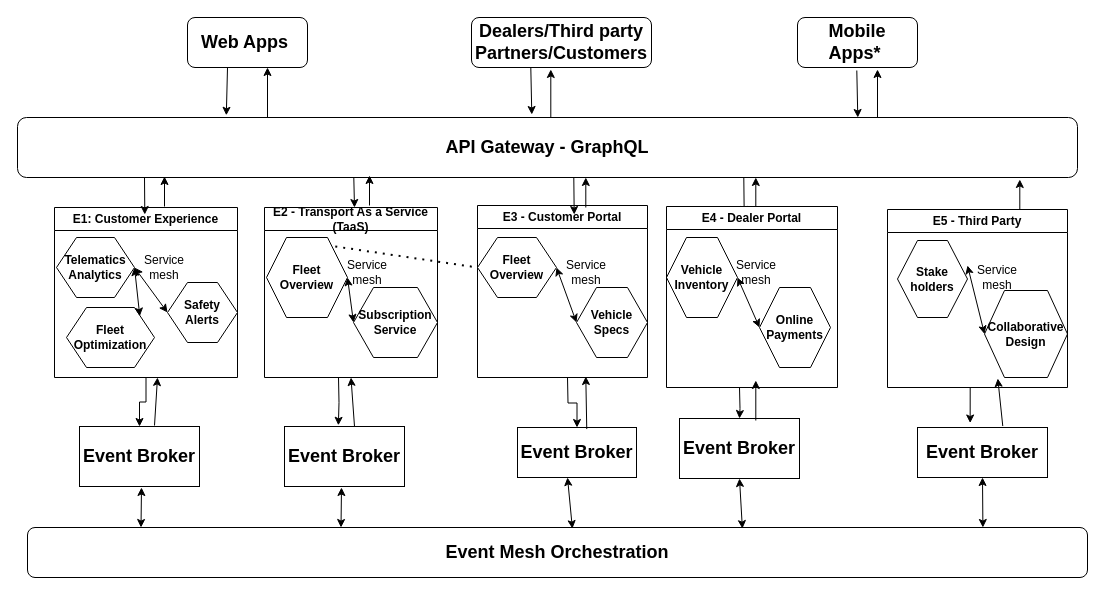
Before: Untitled Diagram.drawio in atheeswaran/Dissertation_VehicleAPIPlatform, a draw.io diagram. Source tidied: cells renumbered, new cells numbered last; positions are measured from the earlier drawing's top-left corner, leaving out a move shared by most shapes. Both pictures are drawn from the tidied source at 100%, with x=0, y=0 at pixel (17, 17).
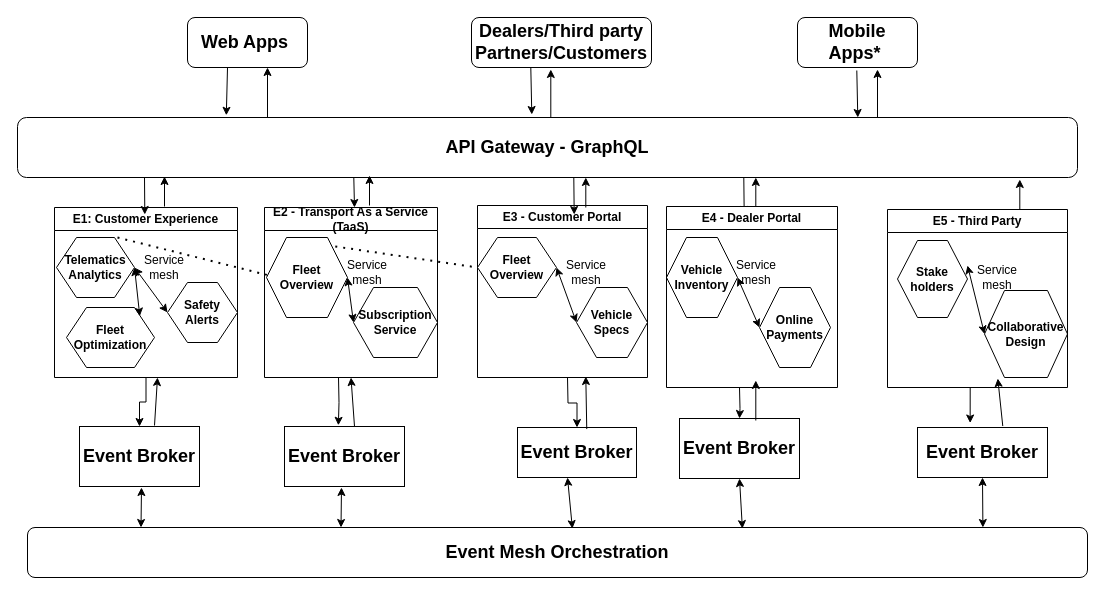
The same page after the edit.

Unchanged cells that the change refers to:
```xml
<mxCell id="7" value="E1: Customer Experience" style="swimlane;whiteSpace=wrap;html=1;" parent="1" vertex="1">
  <mxGeometry x="37" y="190" width="183" height="170" as="geometry" />
</mxCell>
<mxCell id="33" value="&lt;b&gt;Fleet Overview&lt;/b&gt;" style="shape=hexagon;perimeter=hexagonPerimeter2;whiteSpace=wrap;html=1;fixedSize=1;" parent="1" vertex="1">
  <mxGeometry x="249" y="220" width="81" height="80" as="geometry" />
</mxCell>
```

Change to the diagram source:
```diff
@@
+    <mxCell id="70" style="endArrow=none;dashed=1;html=1;dashPattern=1 3;strokeWidth=2;rounded=0;entryX=0.136;entryY=0.5;entryDx=0;entryDy=0;exitX=0.849;exitY=0.112;exitDx=0;exitDy=0;exitPerimeter=0;entryPerimeter=0;" parent="7" edge="1" target="33">
+      <mxGeometry relative="1" as="geometry">
+        <mxPoint x="63" y="30" as="sourcePoint" />
+      </mxGeometry>
+    </mxCell>
```
